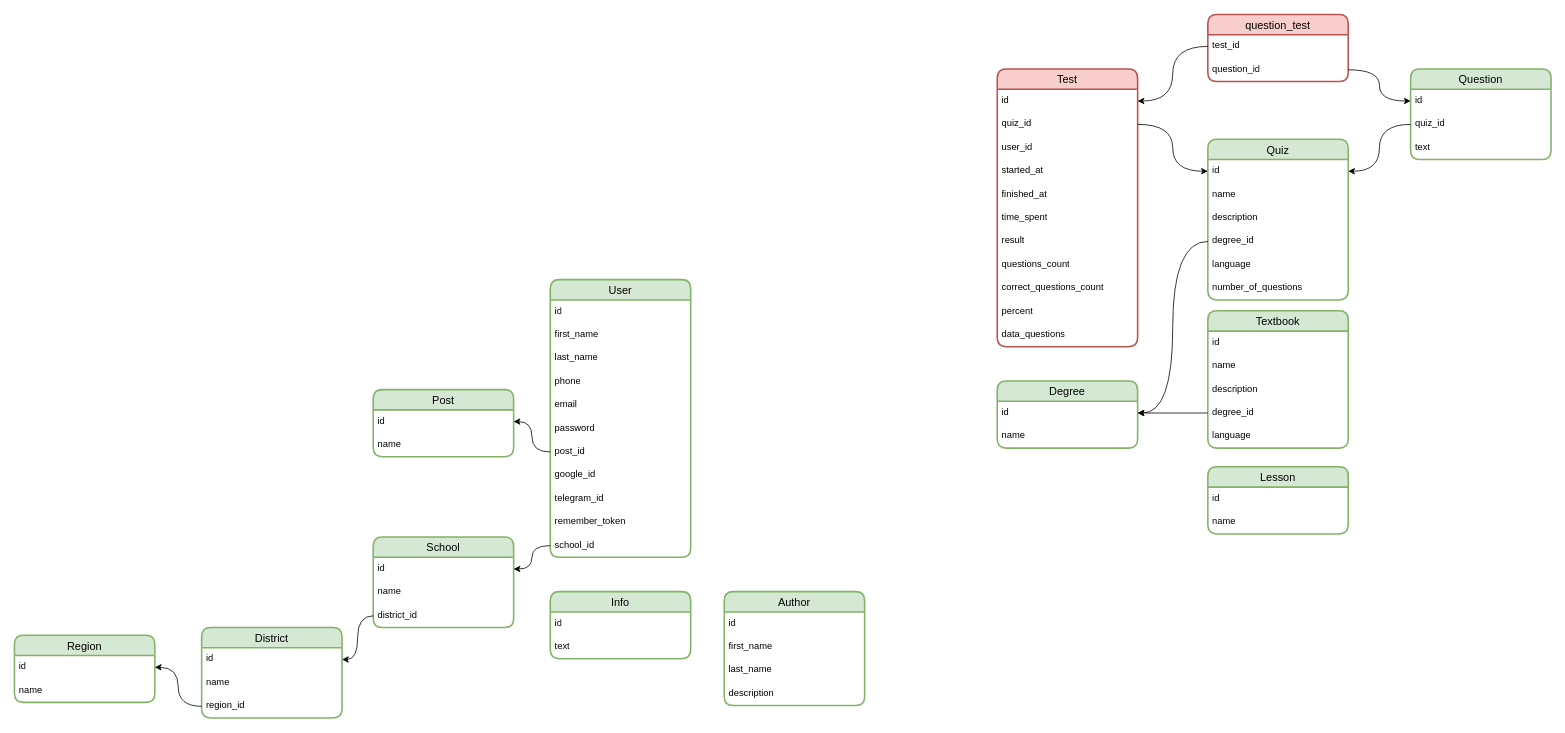
iztileuoff/databases keeps this draw.io diagram as karsoft-learn-platform.drawio. Above is the earlier version. Source tidied: cells renumbered, new cells numbered last; positions are measured from the earlier drawing's top-left corner, leaving out a move shared by most shapes. Both pictures are drawn from the tidied source at 78%, with x=0, y=0 at pixel (14, 14).
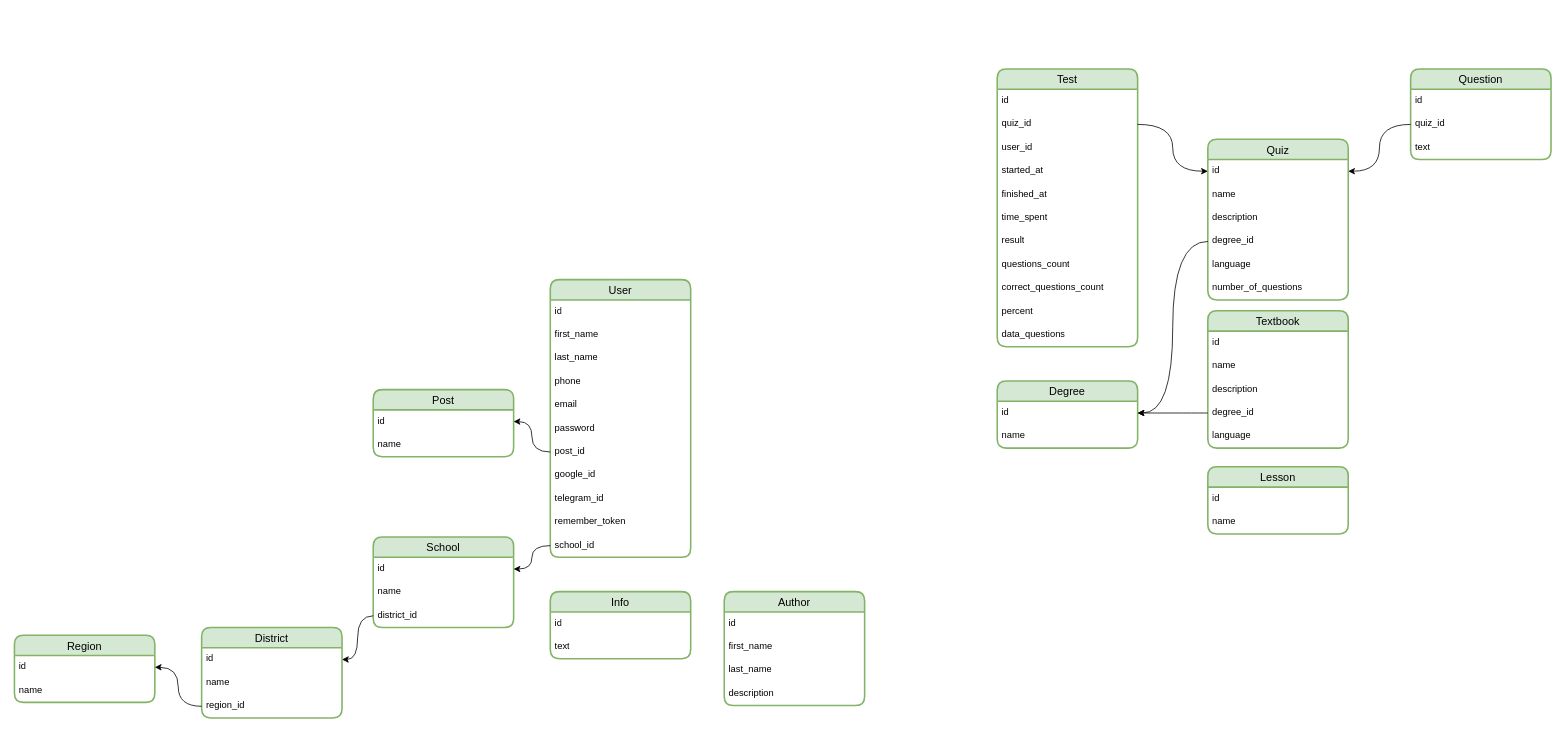
Above is the later version.

The change refers to these unchanged cells:
```xml
<mxCell id="25" value="id" style="text;strokeColor=none;fillColor=none;spacingLeft=4;spacingRight=4;overflow=hidden;points=[[0,0.5],[1,0.5]];portConstraint=eastwest;fontSize=12;whiteSpace=wrap;html=1;" parent="24" vertex="1">
  <mxGeometry y="26" width="180" height="30" as="geometry" />
</mxCell>
<mxCell id="30" value="id" style="text;strokeColor=none;fillColor=none;spacingLeft=4;spacingRight=4;overflow=hidden;points=[[0,0.5],[1,0.5]];portConstraint=eastwest;fontSize=12;whiteSpace=wrap;html=1;" parent="29" vertex="1">
  <mxGeometry y="26" width="180" height="30" as="geometry" />
</mxCell>
```

Change to the diagram source:
```diff
@@
-    <mxCell id="29" value="Test" style="swimlane;fontStyle=0;horizontal=1;startSize=26;align=center;fontSize=14;strokeWidth=2;rounded=1;shadow=0;glass=0;swimlaneLine=1;labelBackgroundColor=none;labelBorderColor=none;textShadow=0;fillColor=#f8cecc;strokeColor=#b85450;" parent="1" vertex="1">
+    <mxCell id="29" value="Test" style="swimlane;fontStyle=0;horizontal=1;startSize=26;align=center;fontSize=14;strokeWidth=2;rounded=1;shadow=0;glass=0;swimlaneLine=1;labelBackgroundColor=none;labelBorderColor=none;textShadow=0;fillColor=#d5e8d4;strokeColor=#82b366;" parent="1" vertex="1">
       <mxGeometry x="1260" y="70" width="180" height="356" as="geometry" />
     </mxCell>
@@
-    <mxCell id="41" value="question_test" style="swimlane;fontStyle=0;horizontal=1;startSize=26;align=center;fontSize=14;strokeWidth=2;rounded=1;shadow=0;glass=0;swimlaneLine=1;labelBackgroundColor=none;labelBorderColor=none;textShadow=0;fillColor=#f8cecc;strokeColor=#b85450;" parent="1" vertex="1">
-      <mxGeometry x="1530" width="180" height="86" as="geometry" />
-    </mxCell>
-    <mxCell id="42" value="test_id" style="text;strokeColor=none;fillColor=none;spacingLeft=4;spacingRight=4;overflow=hidden;points=[[0,0.5],[1,0.5]];portConstraint=eastwest;fontSize=12;whiteSpace=wrap;html=1;" parent="41" vertex="1">
-      <mxGeometry y="26" width="180" height="30" as="geometry" />
-    </mxCell>
-    <mxCell id="43" value="question_id" style="text;strokeColor=none;fillColor=none;spacingLeft=4;spacingRight=4;overflow=hidden;points=[[0,0.5],[1,0.5]];portConstraint=eastwest;fontSize=12;whiteSpace=wrap;html=1;" parent="41" vertex="1">
-      <mxGeometry y="56" width="180" height="30" as="geometry" />
-    </mxCell>
-    <mxCell id="44" style="edgeStyle=orthogonalEdgeStyle;rounded=0;jettySize=auto;html=1;entryX=1;entryY=0.5;entryDx=0;entryDy=0;curved=1;" parent="1" edge="1" source="42" target="30">
-      <mxGeometry relative="1" as="geometry" />
-    </mxCell>
@@
-    <mxCell id="46" style="edgeStyle=orthogonalEdgeStyle;rounded=0;jettySize=auto;html=1;entryX=0;entryY=0.5;entryDx=0;entryDy=0;curved=1;" parent="1" edge="1" source="43" target="25">
-      <mxGeometry relative="1" as="geometry" />
-    </mxCell>
```
